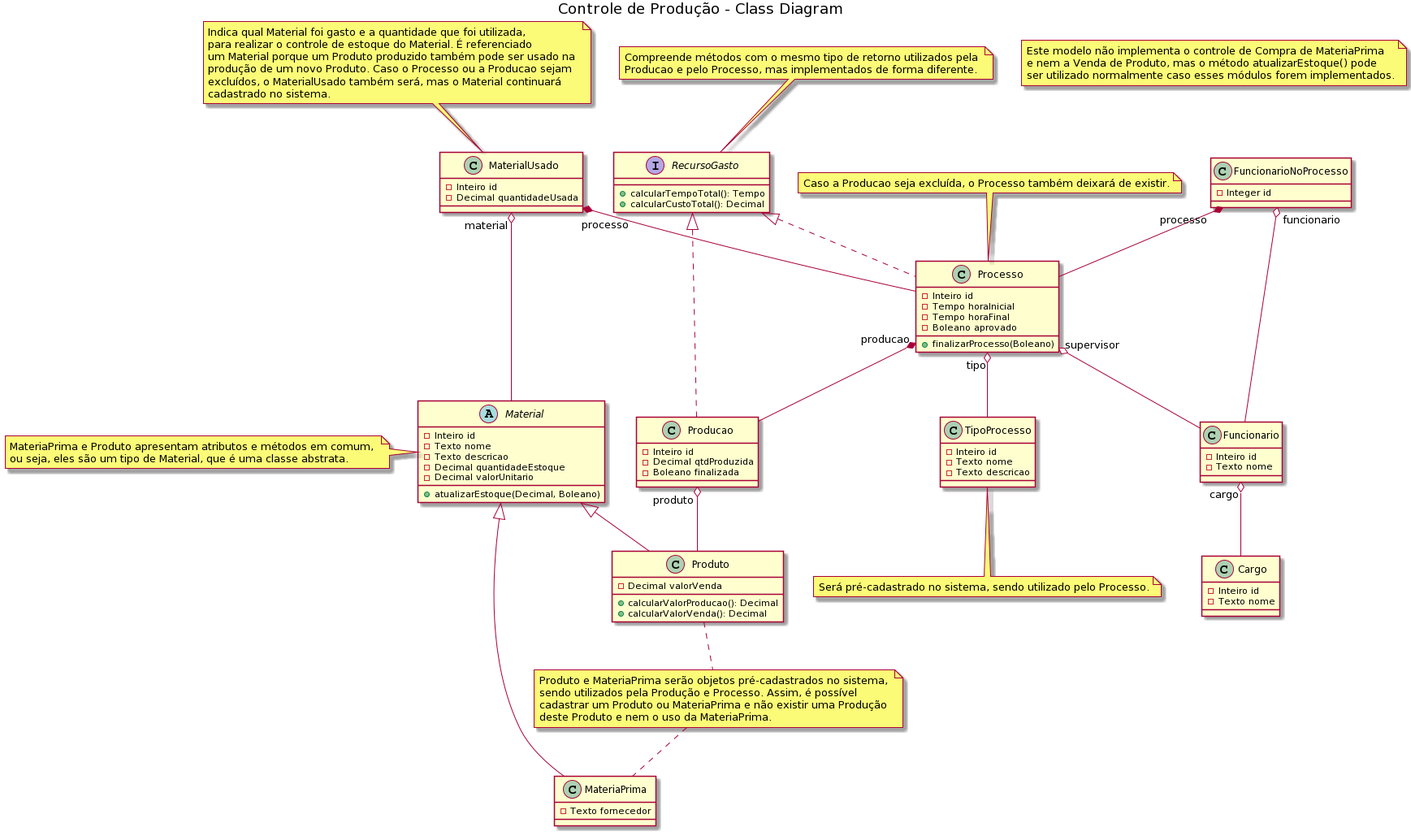
Before: Diagrama de classes - Controle de Produção.png, a diagram exported from PlantUML (Thiago-Alexandre/ProjetoControleProducao).
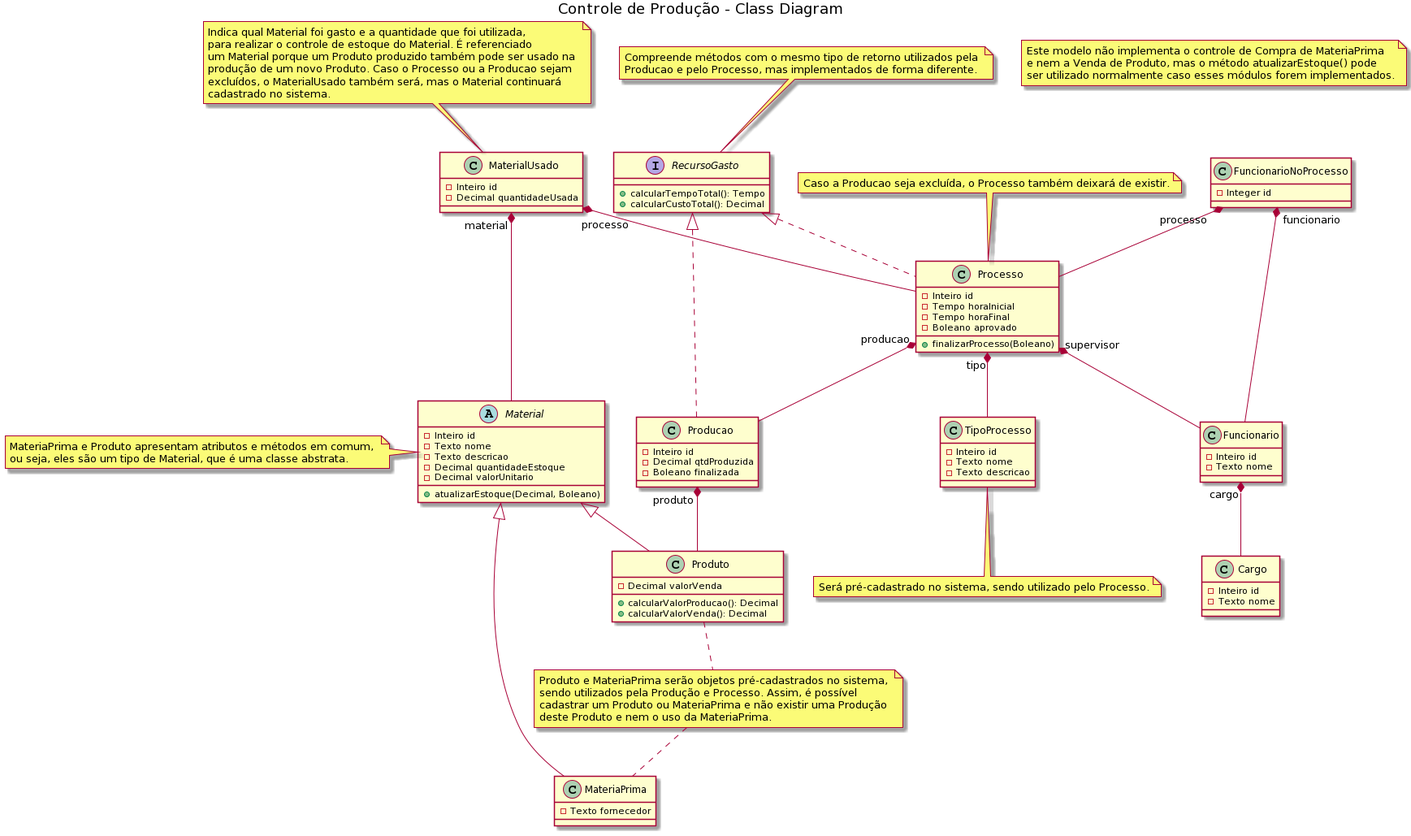
The same diagram one commit later.

Change to the diagram source:
```diff
@@ -86,17 +86,17 @@
 Material <|-- Produto
 Material <|-- MateriaPrima
 
-Producao "produto" o-- Produto
+Producao "produto" *-- Produto
 
-Funcionario "cargo" o-- Cargo
+Funcionario "cargo" *-- Cargo
 
-Processo "supervisor" o-- Funcionario
-Processo "tipo" o-- TipoProcesso
+Processo "supervisor" *-- Funcionario
+Processo "tipo" *-- TipoProcesso
 Processo "producao" *-- Producao
 
-MaterialUsado "material" o-- Material
+MaterialUsado "material" *-- Material
 MaterialUsado "processo" *-- Processo
 
-FuncionarioNoProcesso "funcionario" o-- Funcionario
+FuncionarioNoProcesso "funcionario" *-- Funcionario
 FuncionarioNoProcesso "processo" *-- Processo
 @enduml
```
